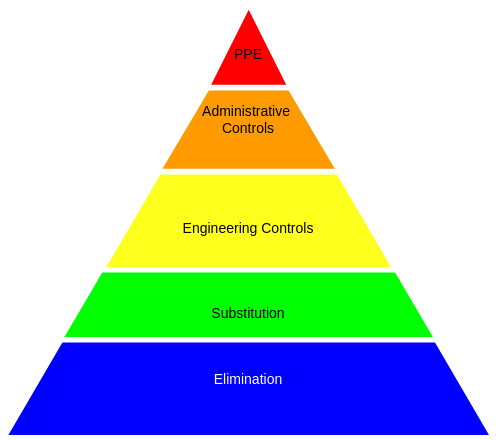
The draw.io diagram SRM/Assessments/03_Reflection/Assets/RiskHierachy.svg in MCollins87/MSC_EnterpriseIT, before a commit. Source tidied: cells renumbered, new cells last; positions are measured from the earlier drawing's top-left corner, leaving out a move shared by most shapes.
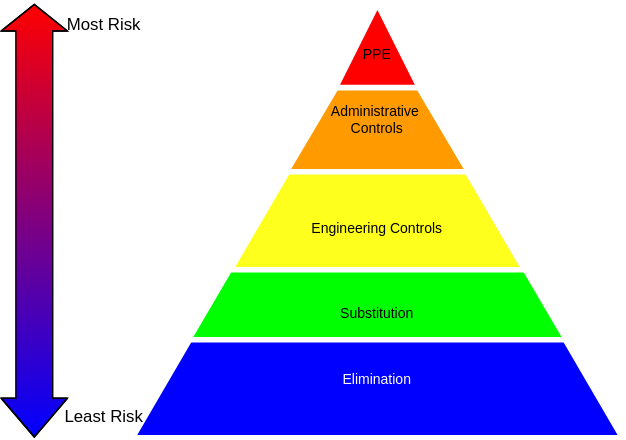
Later version of the same file.

The edit, as a diff of the source:
```diff
@@ -17,5 +17,20 @@
     <mxCell id="6" value="&lt;div&gt;&lt;br&gt;&lt;/div&gt;PPE" style="triangle;direction=north;strokeWidth=4;html=1;fillColor=#ff0000;strokeColor=#ffffff;shadow=0;fontSize=10;fontColor=#000000;align=center;fontStyle=0;whiteSpace=wrap;spacing=10;" parent="1" vertex="1">
       <mxGeometry x="145" width="60" height="60" as="geometry" />
     </mxCell>
+    <mxCell id="7" style="shape=flexArrow;endArrow=classic;startArrow=classic;html=1;rounded=0;width=26.333333333333332;startSize=8.923333333333334;fillColor=#ff0000;gradientColor=#0000ff;" parent="1" edge="1">
+      <mxGeometry relative="1" as="geometry">
+        <mxPoint x="-70" y="310" as="sourcePoint" />
+        <mxPoint x="-70" as="targetPoint" />
+        <Array as="points">
+          <mxPoint x="-70" y="250" />
+        </Array>
+      </mxGeometry>
+    </mxCell>
+    <mxCell id="8" value="Most Risk" style="text;html=1;align=center;verticalAlign=middle;whiteSpace=wrap;rounded=0;" parent="1" vertex="1">
+      <mxGeometry x="-50" width="60" height="30" as="geometry" />
+    </mxCell>
+    <mxCell id="9" value="Least Risk" style="text;html=1;align=center;verticalAlign=middle;whiteSpace=wrap;rounded=0;" parent="1" vertex="1">
+      <mxGeometry x="-50" y="280" width="60" height="30" as="geometry" />
+    </mxCell>
   </root>
 </mxGraphModel>
```
